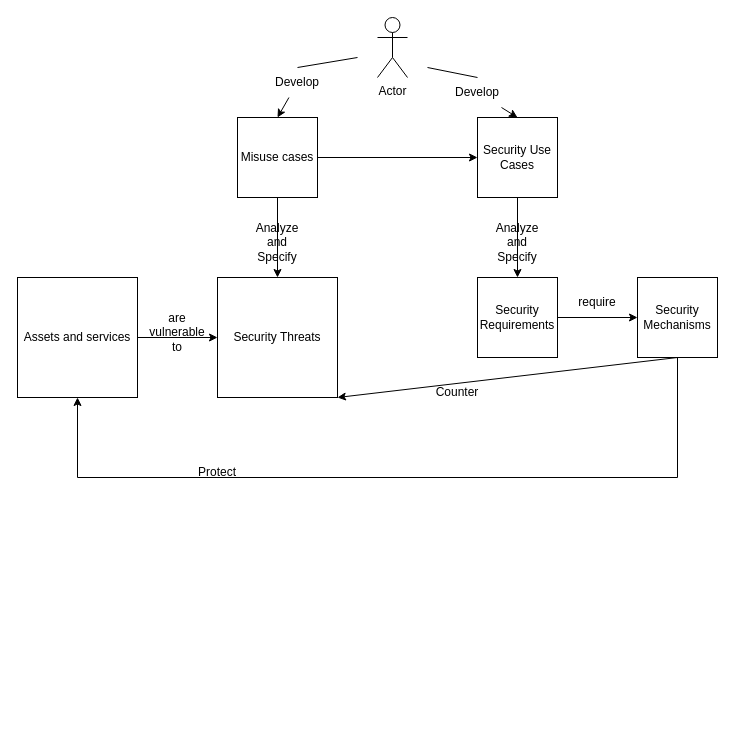
Above: Untitled Diagram.drawio in cychenyao/bjfmgr (draw.io), before the change. Source tidied: cells renumbered, new cells numbered last; positions are measured from the earlier drawing's top-left corner, leaving out a move shared by most shapes. Both pictures are drawn from the tidied source at 100%, with x=0, y=0 at pixel (17, 17).
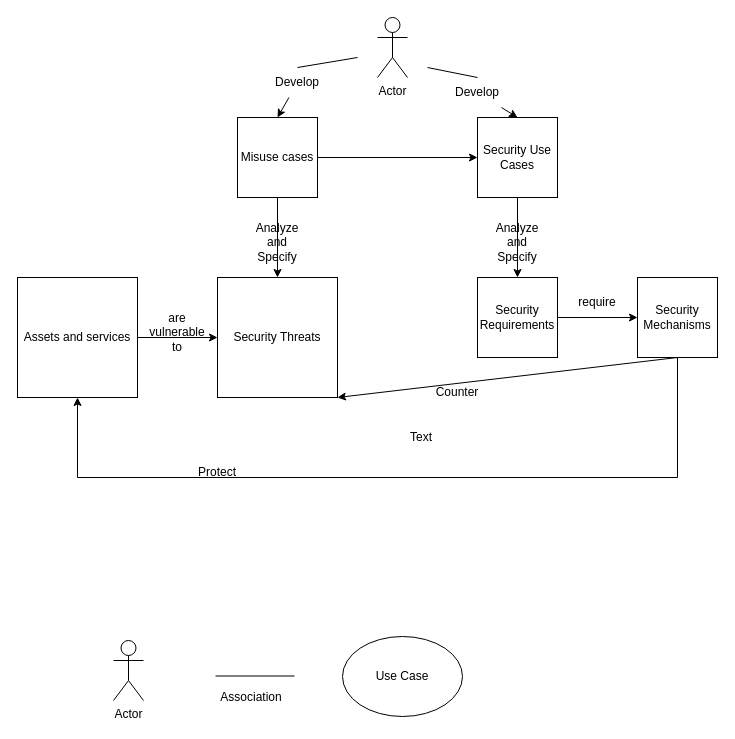
After the change.

Diff of the diagram source:
```diff
@@
+    <mxCell id="30" value="Actor" style="shape=umlActor;verticalLabelPosition=bottom;verticalAlign=top;html=1;" parent="1" vertex="1">
+      <mxGeometry x="96" y="623" width="30" height="60" as="geometry" />
+    </mxCell>
+    <mxCell id="31" value="Use Case" style="ellipse;whiteSpace=wrap;html=1;" parent="1" vertex="1">
+      <mxGeometry x="325" y="619" width="120" height="80" as="geometry" />
+    </mxCell>
+    <mxCell id="32" style="endArrow=none;html=1;rounded=0;" parent="1" edge="1">
+      <mxGeometry relative="1" as="geometry">
+        <mxPoint x="198" y="658.5" as="sourcePoint" />
+        <mxPoint x="277" y="658.5" as="targetPoint" />
+      </mxGeometry>
+    </mxCell>
+    <mxCell id="33" value="Text" style="text;html=1;strokeColor=none;fillColor=none;align=center;verticalAlign=middle;whiteSpace=wrap;rounded=0;" parent="1" vertex="1">
+      <mxGeometry x="374" y="405" width="60" height="30" as="geometry" />
+    </mxCell>
+    <mxCell id="34" value="Association" style="text;html=1;strokeColor=none;fillColor=none;align=center;verticalAlign=middle;whiteSpace=wrap;rounded=0;" parent="1" vertex="1">
+      <mxGeometry x="204" y="665" width="60" height="30" as="geometry" />
+    </mxCell>
```
